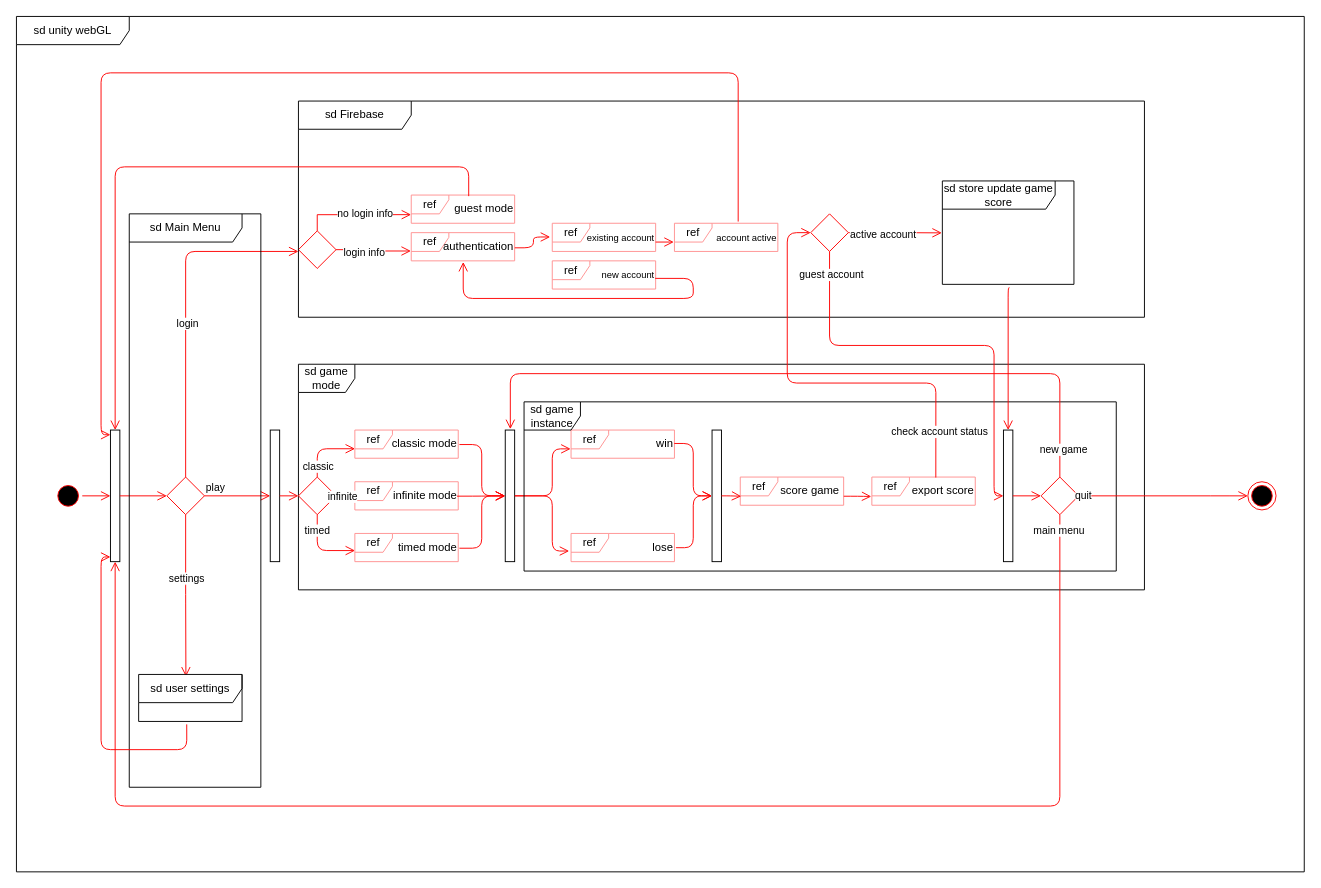
This is Untitled Diagram.drawio from cehinds/CSCE401-wordCrackdown-cehinds, a draw.io file, before an edit. Source tidied: cells renumbered, new cells numbered last; positions are measured from the earlier drawing's top-left corner, leaving out a move shared by most shapes. Both pictures are drawn from the tidied source at 94%, with x=0, y=0 at pixel (16, 16).
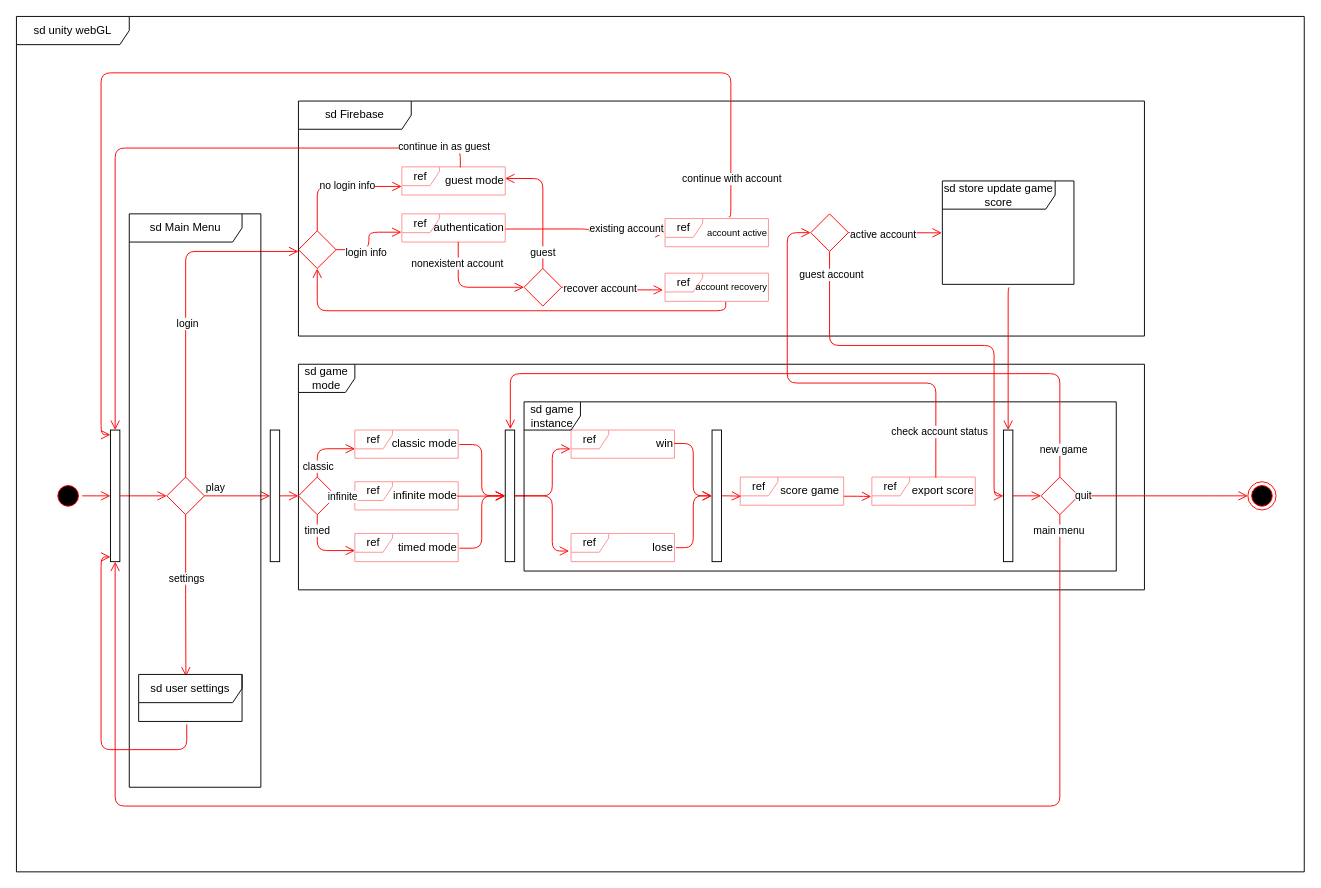
After the change.

Unchanged cells that the change refers to:
```xml
<mxCell id="9" style="rhombus;whiteSpace=wrap;html=1;fontColor=#000000;fillColor=#FFFFFF;strokeColor=#ff0000;" parent="1" vertex="1">
  <mxGeometry x="300" y="228.1" width="40" height="40" as="geometry" />
</mxCell>
<mxCell id="50" value="ref" style="shape=umlFrame;whiteSpace=wrap;html=1;width=40;height=20;strokeColor=#ff9090;" parent="49" vertex="1">
  <mxGeometry width="110" height="30" as="geometry" />
</mxCell>
<mxCell id="51" value="guest mode" style="text;html=1;align=right;verticalAlign=middle;points=[];strokeColor=none;fillColor=none;" parent="49" vertex="1">
  <mxGeometry x="20" width="90" height="30" as="geometry" />
</mxCell>
<mxCell id="54" value="authentication" style="text;html=1;align=right;verticalAlign=middle;points=[];strokeColor=none;fillColor=none;" parent="52" vertex="1">
  <mxGeometry x="10" width="100" height="30" as="geometry" />
</mxCell>
<mxCell id="63" style="html=1;points=[[0,0,0,0,5],[0,1,0,0,-5],[1,0,0,0,5],[1,1,0,0,-5]];perimeter=orthogonalPerimeter;outlineConnect=0;targetShapes=umlLifeline;portConstraint=eastwest;newEdgeStyle={&quot;curved&quot;:0,&quot;rounded&quot;:0};" parent="1" vertex="1">
  <mxGeometry x="100" y="440" width="10" height="140" as="geometry" />
</mxCell>
<mxCell id="78" value="ref" style="shape=umlFrame;whiteSpace=wrap;html=1;width=40;height=20;strokeColor=#ff9090;" parent="77" vertex="1">
  <mxGeometry width="110" height="30" as="geometry" />
</mxCell>
<mxCell id="79" value="&lt;span style=&quot;font-size: 10px;&quot;&gt;account active&lt;/span&gt;" style="text;html=1;align=right;verticalAlign=middle;points=[];strokeColor=none;fillColor=none;" parent="77" vertex="1">
  <mxGeometry x="20" width="90" height="30" as="geometry" />
</mxCell>
```

Diff of the diagram source:
```diff
@@
-    <mxCell id="10" style="edgeStyle=orthogonalEdgeStyle;html=1;align=left;verticalAlign=bottom;endArrow=open;endSize=8;strokeColor=#ff0000;rounded=0;entryX=-0.001;entryY=0.695;entryDx=0;entryDy=0;entryPerimeter=0;exitX=0.5;exitY=0;exitDx=0;exitDy=0;" parent="1" edge="1" source="9" target="50">
+    <mxCell id="10" style="edgeStyle=orthogonalEdgeStyle;html=1;align=left;verticalAlign=bottom;endArrow=open;endSize=8;strokeColor=#ff0000;rounded=1;entryX=-0.001;entryY=0.695;entryDx=0;entryDy=0;entryPerimeter=0;exitX=0.5;exitY=0;exitDx=0;exitDy=0;curved=0;" parent="1" edge="1" source="9" target="50">
       <mxGeometry x="-1" relative="1" as="geometry">
         <Array as="points">
-          <mxPoint x="320" y="211" />
+          <mxPoint x="320" y="180" />
+          <mxPoint x="410" y="180" />
         </Array>
       </mxGeometry>
     </mxCell>
@@
     <mxCell id="46" value="sd Firebase" style="shape=umlFrame;whiteSpace=wrap;html=1;width=120;height=30;" parent="1" vertex="1">
-      <mxGeometry x="300" y="90" width="900" height="230" as="geometry" />
+      <mxGeometry x="300" y="90" width="900" height="250" as="geometry" />
     </mxCell>
@@
     <mxCell id="49" style="group;" parent="1" vertex="1">
-      <mxGeometry x="420" y="190" width="110" height="30" as="geometry" />
+      <mxGeometry x="410" y="160" width="110" height="30" as="geometry" />
     </mxCell>
@@
     <mxCell id="52" style="group;" parent="1" vertex="1">
-      <mxGeometry x="420" y="230" width="110" height="30" as="geometry" />
+      <mxGeometry x="410" y="210" width="110" height="30" as="geometry" />
     </mxCell>
@@
-    <mxCell id="57" value="ref" style="shape=umlFrame;whiteSpace=wrap;html=1;width=40;height=20;strokeColor=#ff9090;" parent="1" vertex="1">
-      <mxGeometry x="570" y="260" width="110" height="30" as="geometry" />
-    </mxCell>
-    <mxCell id="58" value="&lt;font style=&quot;font-size: 10px;&quot;&gt;new account&lt;/font&gt;" style="text;html=1;align=right;verticalAlign=middle;points=[];strokeColor=none;fillColor=none;" parent="1" vertex="1">
-      <mxGeometry x="600" y="260" width="80" height="30" as="geometry" />
-    </mxCell>
-    <mxCell id="59" style="edgeStyle=orthogonalEdgeStyle;html=1;align=left;verticalAlign=bottom;endArrow=open;endSize=8;strokeColor=#ff0000;rounded=1;curved=0;entryX=0.453;entryY=1.039;entryDx=0;entryDy=0;entryPerimeter=0;exitX=0.994;exitY=0.622;exitDx=0;exitDy=0;exitPerimeter=0;" parent="1" edge="1" source="58" target="54">
-      <mxGeometry x="-1" relative="1" as="geometry">
-        <Array as="points">
-          <mxPoint x="720" y="279" />
-          <mxPoint x="720" y="300" />
-          <mxPoint x="475" y="300" />
-        </Array>
-      </mxGeometry>
-    </mxCell>
-    <mxCell id="60" style="edgeStyle=orthogonalEdgeStyle;html=1;align=left;verticalAlign=bottom;endArrow=open;endSize=8;strokeColor=#ff0000;rounded=1;curved=0;exitX=0.457;exitY=0.039;exitDx=0;exitDy=0;exitPerimeter=0;" parent="1" edge="1" source="51" target="63">
+    <mxCell id="60" style="edgeStyle=orthogonalEdgeStyle;html=1;align=left;verticalAlign=bottom;endArrow=open;endSize=8;strokeColor=#ff0000;rounded=1;curved=0;exitX=0.469;exitY=0.02;exitDx=0;exitDy=0;exitPerimeter=0;" parent="1" edge="1" source="51" target="63">
       <mxGeometry x="-1" relative="1" as="geometry">
         <Array as="points">
-          <mxPoint x="481" y="160" />
-          <mxPoint x="105" y="160" />
+          <mxPoint x="472" y="140" />
+          <mxPoint x="105" y="140" />
         </Array>
       </mxGeometry>
     </mxCell>
+    <mxCell id="96" value="continue in as guest" style="edgeLabel;html=1;align=center;verticalAlign=middle;" parent="60" vertex="1">
+      <mxGeometry x="-0.89" y="-2" relative="1" as="geometry" />
+    </mxCell>
@@
-    <mxCell id="70" style="group;" parent="1" vertex="1">
-      <mxGeometry x="570" y="220" width="110" height="30" as="geometry" />
-    </mxCell>
-    <mxCell id="71" value="ref" style="shape=umlFrame;whiteSpace=wrap;html=1;width=40;height=20;strokeColor=#ff9090;" parent="70" vertex="1">
-      <mxGeometry width="110" height="30" as="geometry" />
-    </mxCell>
-    <mxCell id="72" value="&lt;font style=&quot;font-size: 10px;&quot;&gt;existing account&lt;/font&gt;" style="text;html=1;align=right;verticalAlign=middle;strokeColor=none;fillColor=none;" parent="70" vertex="1">
-      <mxGeometry x="10" width="100" height="30" as="geometry" />
-    </mxCell>
@@
     <mxCell id="77" style="group;" parent="1" vertex="1">
-      <mxGeometry x="700" y="220" width="110" height="30" as="geometry" />
+      <mxGeometry x="690" y="215" width="110" height="30" as="geometry" />
     </mxCell>
@@
     <mxCell id="80" style="edgeStyle=orthogonalEdgeStyle;html=1;align=left;verticalAlign=bottom;endArrow=open;endSize=8;strokeColor=#ff0000;rounded=1;curved=0;entryX=0;entryY=0;entryDx=0;entryDy=5;entryPerimeter=0;exitX=0.531;exitY=-0.06;exitDx=0;exitDy=0;exitPerimeter=0;" parent="1" edge="1" source="79" target="63">
       <mxGeometry x="-1" relative="1" as="geometry">
         <Array as="points">
-          <mxPoint x="768" y="60" />
+          <mxPoint x="760" y="213" />
+          <mxPoint x="760" y="60" />
           <mxPoint x="90" y="60" />
           <mxPoint x="90" y="445" />
         </Array>
       </mxGeometry>
     </mxCell>
+    <mxCell id="97" value="continue with account" style="edgeLabel;html=1;align=center;verticalAlign=middle;" parent="80" vertex="1">
+      <mxGeometry x="-0.93" relative="1" as="geometry" />
+    </mxCell>
@@
-    <mxCell id="89" style="edgeStyle=orthogonalEdgeStyle;html=1;align=left;verticalAlign=bottom;endArrow=open;endSize=8;strokeColor=#ff0000;rounded=1;curved=0;exitX=1.002;exitY=0.538;exitDx=0;exitDy=0;exitPerimeter=0;entryX=-0.02;entryY=0.487;entryDx=0;entryDy=0;entryPerimeter=0;" parent="1" edge="1" source="54" target="71">
-      <mxGeometry x="-1" relative="1" as="geometry" />
+    <mxCell id="89" style="edgeStyle=orthogonalEdgeStyle;html=1;align=left;verticalAlign=bottom;endArrow=open;endSize=8;strokeColor=#ff0000;rounded=1;curved=0;exitX=1.002;exitY=0.538;exitDx=0;exitDy=0;exitPerimeter=0;entryX=-0.003;entryY=0.505;entryDx=0;entryDy=0;entryPerimeter=0;" parent="1" edge="1" source="54" target="78">
+      <mxGeometry x="-1" relative="1" as="geometry">
+        <Array as="points">
+          <mxPoint x="610" y="226" />
+          <mxPoint x="610" y="230" />
+        </Array>
+      </mxGeometry>
     </mxCell>
-    <mxCell id="90" style="edgeStyle=orthogonalEdgeStyle;html=1;align=left;verticalAlign=bottom;endArrow=open;endSize=8;strokeColor=#ff0000;rounded=1;curved=0;entryX=-0.006;entryY=0.656;entryDx=0;entryDy=0;entryPerimeter=0;" parent="1" edge="1" target="78">
-      <mxGeometry x="-1" relative="1" as="geometry">
-        <mxPoint x="680" y="240" as="sourcePoint" />
-      </mxGeometry>
-    </mxCell>
+    <mxCell id="72" value="existing account" style="edgeLabel;html=1;align=center;verticalAlign=middle;" parent="89" vertex="1">
+      <mxGeometry x="-0.54" relative="1" as="geometry">
+        <mxPoint x="88" y="-1" as="offset" />
+      </mxGeometry>
+    </mxCell>
@@
+    <mxCell id="98" style="rhombus;whiteSpace=wrap;html=1;fontColor=#000000;fillColor=#FFFFFF;strokeColor=#ff0000;" parent="1" vertex="1">
+      <mxGeometry x="540" y="268.1" width="40" height="40" as="geometry" />
+    </mxCell>
+    <mxCell id="99" style="edgeStyle=orthogonalEdgeStyle;html=1;align=left;verticalAlign=bottom;endArrow=open;endSize=8;strokeColor=#ff0000;rounded=1;curved=0;exitX=0.5;exitY=1;exitDx=0;exitDy=0;exitPerimeter=0;entryX=0;entryY=0.5;entryDx=0;entryDy=0;" parent="1" edge="1" source="54" target="98">
+      <mxGeometry x="-1" relative="1" as="geometry" />
+    </mxCell>
+    <mxCell id="100" value="nonexistent account" style="edgeLabel;html=1;align=center;verticalAlign=middle;" parent="99" vertex="1">
+      <mxGeometry x="-0.62" y="-2" relative="1" as="geometry" />
+    </mxCell>
+    <mxCell id="101" style="group;" parent="1" vertex="1">
+      <mxGeometry x="690" y="273.1" width="110" height="30" as="geometry" />
+    </mxCell>
+    <mxCell id="71" value="ref" style="shape=umlFrame;whiteSpace=wrap;html=1;width=40;height=20;strokeColor=#ff9090;" parent="101" vertex="1">
+      <mxGeometry width="110" height="30" as="geometry" />
+    </mxCell>
+    <mxCell id="102" value="&lt;span style=&quot;font-size: 10px;&quot;&gt;account recovery&lt;/span&gt;" style="text;html=1;align=right;verticalAlign=middle;points=[];strokeColor=none;fillColor=none;" parent="101" vertex="1">
+      <mxGeometry x="10" width="100" height="30" as="geometry" />
+    </mxCell>
+    <mxCell id="103" style="edgeStyle=orthogonalEdgeStyle;html=1;align=left;verticalAlign=bottom;endArrow=open;endSize=8;strokeColor=#ff0000;rounded=1;curved=0;entryX=-0.019;entryY=0.594;entryDx=0;entryDy=0;entryPerimeter=0;exitX=1;exitY=0.5;exitDx=0;exitDy=0;" parent="1" edge="1" source="98" target="71">
+      <mxGeometry x="-1" relative="1" as="geometry" />
+    </mxCell>
+    <mxCell id="104" value="recover account" style="edgeLabel;html=1;align=center;verticalAlign=middle;" parent="103" vertex="1">
+      <mxGeometry x="-0.27" y="-1" relative="1" as="geometry" />
+    </mxCell>
+    <mxCell id="105" style="edgeStyle=orthogonalEdgeStyle;html=1;align=left;verticalAlign=bottom;endArrow=open;endSize=8;strokeColor=#ff0000;rounded=1;curved=0;entryX=0.997;entryY=0.413;entryDx=0;entryDy=0;entryPerimeter=0;exitX=0.5;exitY=0;exitDx=0;exitDy=0;" parent="1" edge="1" source="98" target="51">
+      <mxGeometry x="-1" relative="1" as="geometry" />
+    </mxCell>
+    <mxCell id="106" value="guest" style="edgeLabel;html=1;align=center;verticalAlign=middle;" parent="105" vertex="1">
+      <mxGeometry x="-0.74" y="1" relative="1" as="geometry" />
+    </mxCell>
+    <mxCell id="107" style="edgeStyle=orthogonalEdgeStyle;html=1;align=left;verticalAlign=bottom;endArrow=open;endSize=8;strokeColor=#ff0000;rounded=1;curved=0;entryX=0.5;entryY=1;entryDx=0;entryDy=0;exitX=0.545;exitY=1.023;exitDx=0;exitDy=0;exitPerimeter=0;" parent="1" edge="1" source="102" target="9">
+      <mxGeometry x="-1" relative="1" as="geometry" />
+    </mxCell>
```
